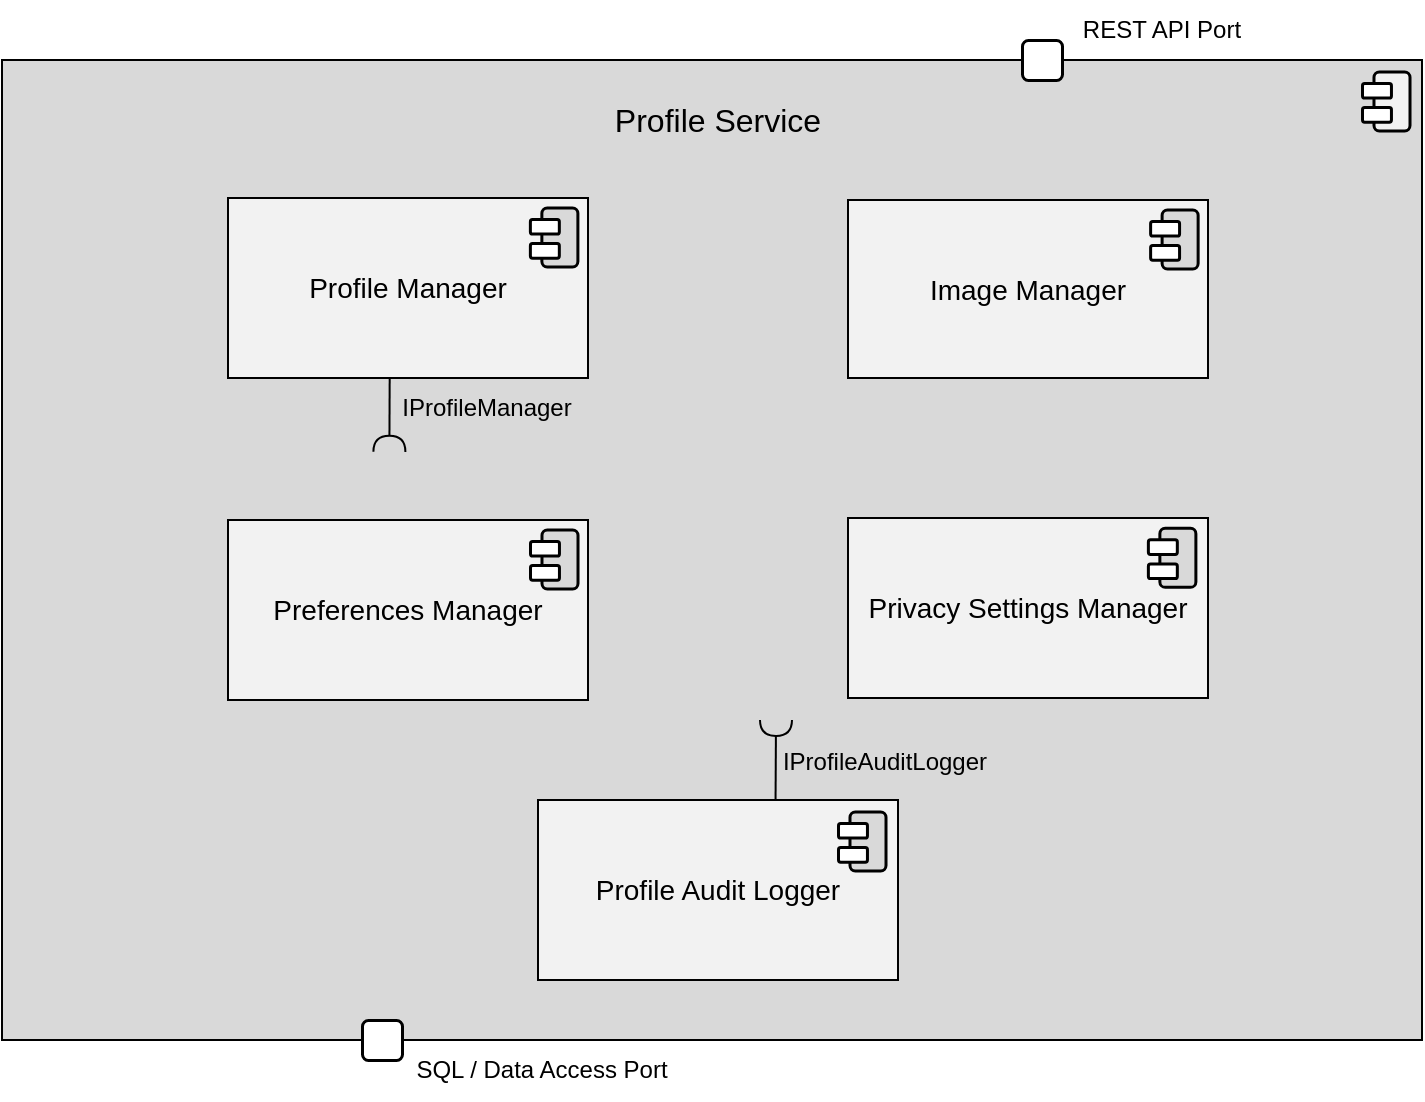
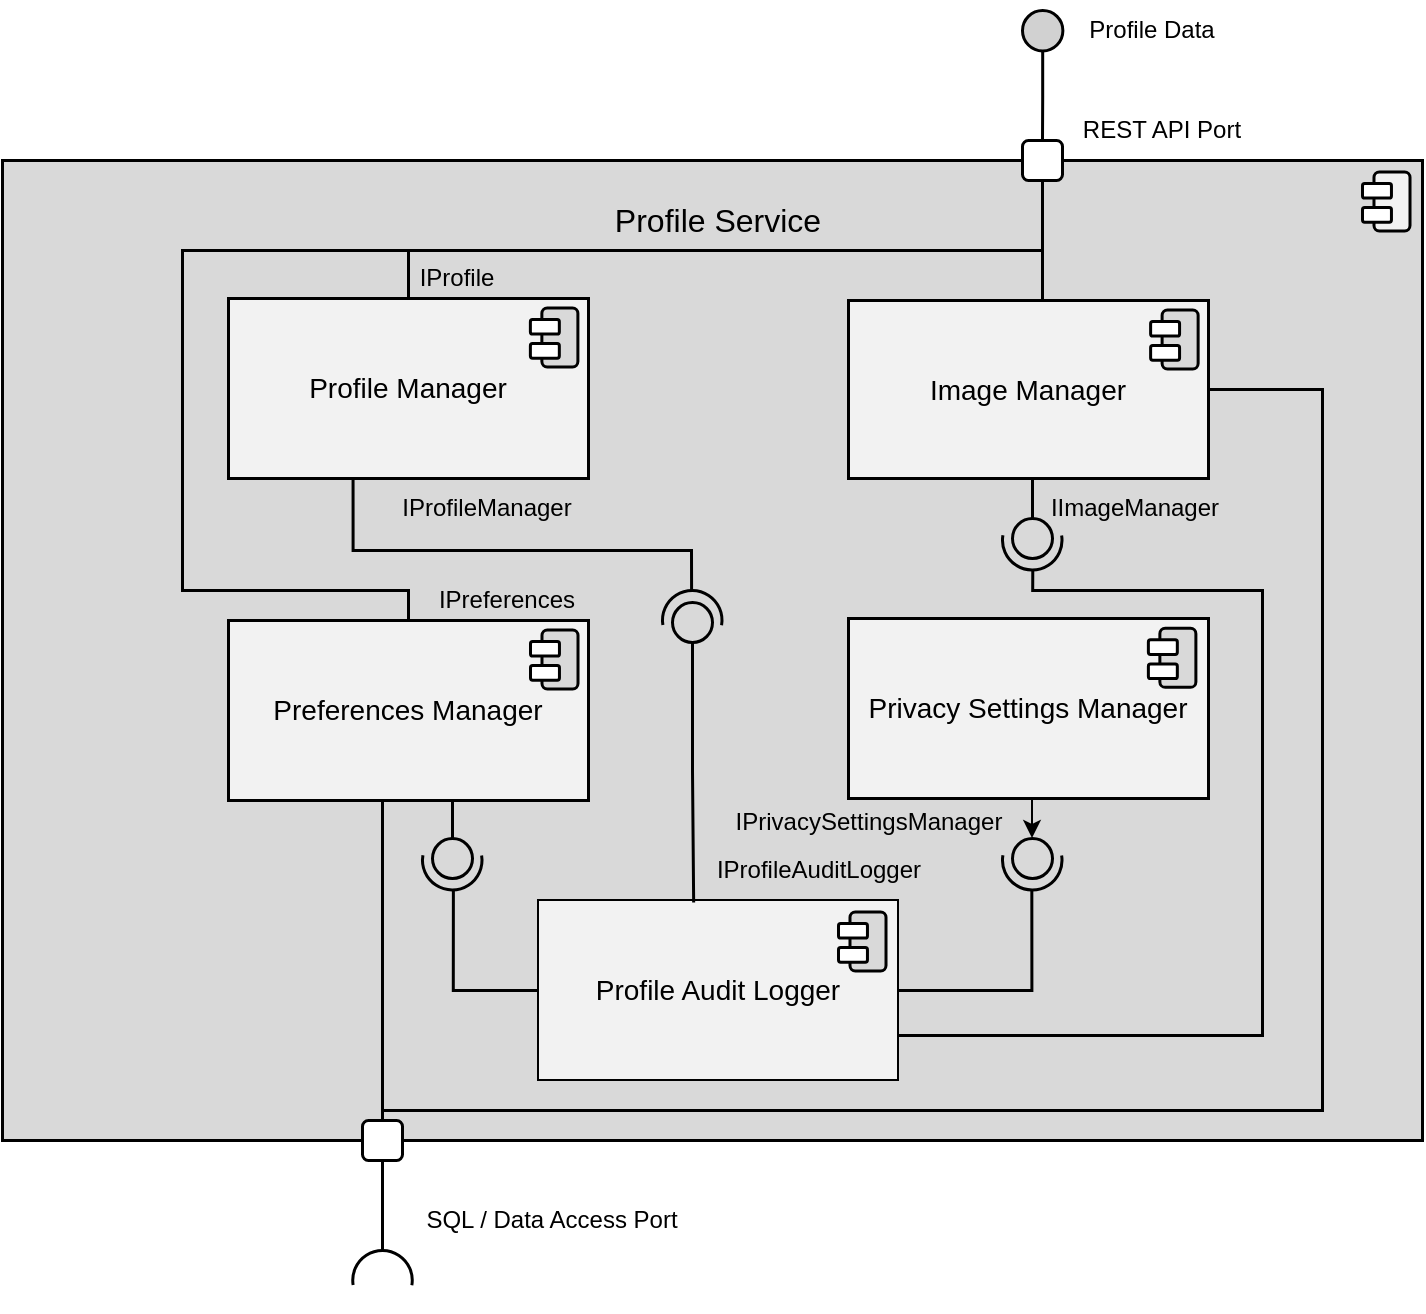
<mxfile host="app.diagrams.net">
  <diagram name="Page-1" id="Py3juHFD58z0cr8qg1av">
-     <mxGraphModel dx="927" dy="850" grid="1" gridSize="10" guides="1" tooltips="1" connect="1" arrows="1" fold="1" page="1" pageScale="1" pageWidth="850" pageHeight="1100" background="#ffffff" math="0" shadow="0">
+     <mxGraphModel dx="1178" dy="666" grid="1" gridSize="10" guides="1" tooltips="1" connect="1" arrows="1" fold="1" page="1" pageScale="1" pageWidth="850" pageHeight="1100" background="#ffffff" math="0" shadow="0">
      <root>
        <mxCell id="0" />
        <mxCell id="1" parent="0" />
-         <mxCell id="z4I_hjOBN-ivAa0aqsfb-10" parent="1" style="html=1;dropTarget=0;whiteSpace=wrap;fillColor=#D9D9D9;" value="" vertex="1">
+         <mxCell id="z4I_hjOBN-ivAa0aqsfb-10" parent="1" style="html=1;dropTarget=0;whiteSpace=wrap;fillColor=#D9D9D9;strokeWidth=1.5;fontFamily=Arial;" value="" vertex="1">
          <mxGeometry height="490" width="710" x="70" y="305" as="geometry" />
        </mxCell>
        <mxCell id="tTuNCI0Hu_eXMR3PhzNZ-4" parent="1" style="ellipse;whiteSpace=wrap;html=1;align=center;aspect=fixed;fillColor=none;strokeColor=none;resizable=0;perimeter=centerPerimeter;rotatable=0;allowArrows=0;points=[];outlineConnect=1;" value="" vertex="1">
          <mxGeometry height="10" width="10" x="435" y="485" as="geometry" />
        </mxCell>
        <mxCell id="AhYmS4d0D3Z7Zr6uvmVJ-4" parent="1" style="text;html=1;whiteSpace=wrap;strokeColor=none;fillColor=none;align=center;verticalAlign=middle;rounded=0;fontSize=16;fontFamily=Arial;" value="&lt;font&gt;Profile Service&lt;/font&gt;" vertex="1">
          <mxGeometry height="40" width="130" x="363" y="315" as="geometry" />
        </mxCell>
-         <mxCell id="z4I_hjOBN-ivAa0aqsfb-2" parent="1" style="html=1;dropTarget=0;whiteSpace=wrap;fillColor=#F2F2F2;fontFamily=Arial;" value="&lt;font&gt;&lt;span style=&quot;font-size: 14px;&quot;&gt;Profile Manager&lt;/span&gt;&lt;/font&gt;" vertex="1">
+         <mxCell id="4whacfZgfCRVhEhSkHpV-11" edge="1" parent="1" source="z4I_hjOBN-ivAa0aqsfb-2" style="edgeStyle=orthogonalEdgeStyle;rounded=0;orthogonalLoop=1;jettySize=auto;html=1;entryX=0.5;entryY=1;entryDx=0;entryDy=0;endArrow=none;endFill=0;strokeWidth=1.5;" target="Wh2qHEt9_GKPc0jqY9mb-27">
+           <mxGeometry relative="1" as="geometry">
+             <Array as="points">
+               <mxPoint x="273" y="350" />
+               <mxPoint x="590" y="350" />
+             </Array>
+           </mxGeometry>
+         </mxCell>
+         <mxCell id="z4I_hjOBN-ivAa0aqsfb-2" parent="1" style="html=1;dropTarget=0;whiteSpace=wrap;fillColor=#F2F2F2;fontFamily=Arial;strokeWidth=1.5;fontSize=14;" value="&lt;font&gt;&lt;span&gt;Profile Manager&lt;/span&gt;&lt;/font&gt;" vertex="1">
          <mxGeometry height="90" width="180" x="183" y="374" as="geometry" />
        </mxCell>
-         <mxCell id="z4I_hjOBN-ivAa0aqsfb-4" parent="1" style="html=1;dropTarget=0;whiteSpace=wrap;fillColor=#F2F2F2;fontFamily=Arial;" value="&lt;div&gt;&lt;font&gt;&lt;span style=&quot;font-size: 14px;&quot;&gt;Preferences Manager&lt;/span&gt;&lt;/font&gt;&lt;/div&gt;" vertex="1">
+         <mxCell id="4whacfZgfCRVhEhSkHpV-18" edge="1" parent="1" source="z4I_hjOBN-ivAa0aqsfb-4" style="edgeStyle=orthogonalEdgeStyle;rounded=0;orthogonalLoop=1;jettySize=auto;html=1;exitX=0.5;exitY=0;exitDx=0;exitDy=0;entryX=0.5;entryY=1;entryDx=0;entryDy=0;endArrow=none;endFill=0;strokeWidth=1.5;" target="Wh2qHEt9_GKPc0jqY9mb-27">
+           <mxGeometry relative="1" as="geometry">
+             <Array as="points">
+               <mxPoint x="273" y="520" />
+               <mxPoint x="160" y="520" />
+               <mxPoint x="160" y="350" />
+               <mxPoint x="590" y="350" />
+             </Array>
+           </mxGeometry>
+         </mxCell>
+         <mxCell id="4whacfZgfCRVhEhSkHpV-21" edge="1" parent="1" source="z4I_hjOBN-ivAa0aqsfb-4" style="edgeStyle=orthogonalEdgeStyle;rounded=0;orthogonalLoop=1;jettySize=auto;html=1;entryX=0.5;entryY=0;entryDx=0;entryDy=0;endArrow=none;endFill=0;strokeWidth=1.5;" target="Wh2qHEt9_GKPc0jqY9mb-29">
+           <mxGeometry relative="1" as="geometry">
+             <Array as="points">
+               <mxPoint x="260" y="670" />
+               <mxPoint x="260" y="670" />
+             </Array>
+           </mxGeometry>
+         </mxCell>
+         <mxCell id="4whacfZgfCRVhEhSkHpV-38" edge="1" parent="1" source="z4I_hjOBN-ivAa0aqsfb-4" style="edgeStyle=orthogonalEdgeStyle;rounded=0;orthogonalLoop=1;jettySize=auto;html=1;exitX=0.75;exitY=1;exitDx=0;exitDy=0;entryX=0.5;entryY=0;entryDx=0;entryDy=0;strokeWidth=1.5;endArrow=none;endFill=0;" target="4whacfZgfCRVhEhSkHpV-27">
+           <mxGeometry relative="1" as="geometry" />
+         </mxCell>
+         <mxCell id="z4I_hjOBN-ivAa0aqsfb-4" parent="1" style="html=1;dropTarget=0;whiteSpace=wrap;fillColor=#F2F2F2;fontFamily=Arial;strokeWidth=1.5;fontSize=14;" value="&lt;div&gt;&lt;font&gt;&lt;span&gt;Preferences Manager&lt;/span&gt;&lt;/font&gt;&lt;/div&gt;" vertex="1">
          <mxGeometry height="90" width="180" x="183" y="535" as="geometry" />
        </mxCell>
-         <mxCell id="z4I_hjOBN-ivAa0aqsfb-6" parent="1" style="html=1;dropTarget=0;whiteSpace=wrap;fillColor=#F2F2F2;fontFamily=Arial;" value="&lt;font&gt;&lt;span style=&quot;font-size: 14px;&quot;&gt;Privacy Settings Manager&lt;/span&gt;&lt;/font&gt;" vertex="1">
+         <mxCell id="4whacfZgfCRVhEhSkHpV-37" edge="1" parent="1" source="z4I_hjOBN-ivAa0aqsfb-6" style="edgeStyle=orthogonalEdgeStyle;rounded=0;orthogonalLoop=1;jettySize=auto;html=1;exitX=0.5;exitY=1;exitDx=0;exitDy=0;entryX=0.5;entryY=0;entryDx=0;entryDy=0;" target="4whacfZgfCRVhEhSkHpV-30">
+           <mxGeometry relative="1" as="geometry" />
+         </mxCell>
+         <mxCell id="z4I_hjOBN-ivAa0aqsfb-6" parent="1" style="html=1;dropTarget=0;whiteSpace=wrap;fillColor=#F2F2F2;fontFamily=Arial;strokeWidth=1.5;fontSize=14;" value="&lt;font&gt;&lt;span&gt;Privacy Settings Manager&lt;/span&gt;&lt;/font&gt;" vertex="1">
          <mxGeometry height="90" width="180" x="493" y="534" as="geometry" />
        </mxCell>
-         <mxCell id="z4I_hjOBN-ivAa0aqsfb-8" parent="1" style="html=1;dropTarget=0;whiteSpace=wrap;fillColor=#F2F2F2;fontFamily=Arial;" value="&lt;font style=&quot;font-size: 14px;&quot;&gt;Image Manager&lt;/font&gt;" vertex="1">
+         <mxCell id="4whacfZgfCRVhEhSkHpV-17" edge="1" parent="1" source="z4I_hjOBN-ivAa0aqsfb-8" style="edgeStyle=orthogonalEdgeStyle;rounded=0;orthogonalLoop=1;jettySize=auto;html=1;exitX=0.5;exitY=0;exitDx=0;exitDy=0;entryX=0.5;entryY=1;entryDx=0;entryDy=0;endArrow=none;endFill=0;strokeWidth=1.5;" target="Wh2qHEt9_GKPc0jqY9mb-27">
+           <mxGeometry relative="1" as="geometry">
+             <Array as="points">
+               <mxPoint x="590" y="375" />
+             </Array>
+           </mxGeometry>
+         </mxCell>
+         <mxCell id="4whacfZgfCRVhEhSkHpV-20" edge="1" parent="1" source="z4I_hjOBN-ivAa0aqsfb-8" style="edgeStyle=orthogonalEdgeStyle;rounded=0;orthogonalLoop=1;jettySize=auto;html=1;entryX=0.5;entryY=0;entryDx=0;entryDy=0;endArrow=none;endFill=0;strokeWidth=1.5;" target="Wh2qHEt9_GKPc0jqY9mb-29">
+           <mxGeometry relative="1" as="geometry">
+             <Array as="points">
+               <mxPoint x="730" y="420" />
+               <mxPoint x="730" y="780" />
+               <mxPoint x="260" y="780" />
+             </Array>
+           </mxGeometry>
+         </mxCell>
+         <mxCell id="4whacfZgfCRVhEhSkHpV-36" edge="1" parent="1" source="z4I_hjOBN-ivAa0aqsfb-8" style="edgeStyle=orthogonalEdgeStyle;rounded=0;orthogonalLoop=1;jettySize=auto;html=1;exitX=0.5;exitY=1;exitDx=0;exitDy=0;entryX=0.5;entryY=0;entryDx=0;entryDy=0;strokeWidth=1.5;endArrow=none;endFill=0;" target="4whacfZgfCRVhEhSkHpV-24">
+           <mxGeometry relative="1" as="geometry" />
+         </mxCell>
+         <mxCell id="z4I_hjOBN-ivAa0aqsfb-8" parent="1" style="html=1;dropTarget=0;whiteSpace=wrap;fillColor=#F2F2F2;fontFamily=Arial;strokeWidth=1.5;fontSize=14;" value="&lt;font&gt;Image Manager&lt;/font&gt;" vertex="1">
          <mxGeometry height="89" width="180" x="493" y="375" as="geometry" />
        </mxCell>
-         <mxCell id="FxNRL7uggNpci9tqDA-o-2" parent="1" style="html=1;dropTarget=0;whiteSpace=wrap;fillColor=#F2F2F2;fontFamily=Arial;" value="&lt;font&gt;&lt;span style=&quot;font-size: 14px;&quot;&gt;Profile Audit Logger&lt;/span&gt;&lt;/font&gt;" vertex="1">
+         <mxCell id="FxNRL7uggNpci9tqDA-o-2" parent="1" style="html=1;dropTarget=0;whiteSpace=wrap;fillColor=#F2F2F2;fontFamily=Arial;fontSize=14;" value="&lt;font&gt;&lt;span&gt;Profile Audit Logger&lt;/span&gt;&lt;/font&gt;" vertex="1">
          <mxGeometry height="90" width="180" x="338" y="675" as="geometry" />
        </mxCell>
        <mxCell id="FxNRL7uggNpci9tqDA-o-7" parent="1" style="ellipse;whiteSpace=wrap;html=1;align=center;aspect=fixed;fillColor=none;strokeColor=none;resizable=0;perimeter=centerPerimeter;rotatable=0;allowArrows=0;points=[];outlineConnect=1;" value="" vertex="1">
          <mxGeometry height="10" width="10" x="401" y="624" as="geometry" />
        </mxCell>
        <mxCell id="FxNRL7uggNpci9tqDA-o-18" parent="1" style="ellipse;whiteSpace=wrap;html=1;align=center;aspect=fixed;fillColor=none;strokeColor=none;resizable=0;perimeter=centerPerimeter;rotatable=0;allowArrows=0;points=[];outlineConnect=1;" value="" vertex="1">
          <mxGeometry height="10" width="10" x="405" y="651" as="geometry" />
        </mxCell>
        <mxCell id="FxNRL7uggNpci9tqDA-o-20" parent="1" style="ellipse;whiteSpace=wrap;html=1;align=center;aspect=fixed;fillColor=none;strokeColor=none;resizable=0;perimeter=centerPerimeter;rotatable=0;allowArrows=0;points=[];outlineConnect=1;" value="" vertex="1">
          <mxGeometry height="10" width="10" x="385" y="615" as="geometry" />
        </mxCell>
        <mxCell id="FxNRL7uggNpci9tqDA-o-25" parent="1" style="ellipse;whiteSpace=wrap;html=1;align=center;aspect=fixed;fillColor=none;strokeColor=none;resizable=0;perimeter=centerPerimeter;rotatable=0;allowArrows=0;points=[];outlineConnect=1;" value="" vertex="1">
          <mxGeometry height="10" width="10" x="385" y="515" as="geometry" />
        </mxCell>
-         <mxCell id="FxNRL7uggNpci9tqDA-o-27" edge="1" parent="1" style="rounded=0;orthogonalLoop=1;jettySize=auto;html=1;endArrow=halfCircle;endFill=0;endSize=6;strokeWidth=1;sketch=0;fontSize=12;curved=1;exitX=0.438;exitY=1.042;exitDx=0;exitDy=0;exitPerimeter=0;entryX=0.27;entryY=0.408;entryDx=0;entryDy=0;entryPerimeter=0;" value="">
-           <mxGeometry relative="1" as="geometry">
-             <mxPoint x="263.8399999999999" y="463.78" as="sourcePoint" />
-             <mxPoint x="263.70000000000005" y="500.91999999999996" as="targetPoint" />
-           </mxGeometry>
-         </mxCell>
        <mxCell id="FxNRL7uggNpci9tqDA-o-28" parent="1" style="ellipse;whiteSpace=wrap;html=1;align=center;aspect=fixed;fillColor=none;strokeColor=none;resizable=0;perimeter=centerPerimeter;rotatable=0;allowArrows=0;points=[];outlineConnect=1;" value="" vertex="1">
          <mxGeometry height="10" width="10" x="425" y="555" as="geometry" />
        </mxCell>
-         <mxCell id="FxNRL7uggNpci9tqDA-o-29" edge="1" parent="1" style="rounded=0;orthogonalLoop=1;jettySize=auto;html=1;endArrow=halfCircle;endFill=0;endSize=6;strokeWidth=1;sketch=0;fontSize=12;curved=1;exitX=0.621;exitY=0;exitDx=0;exitDy=0;exitPerimeter=0;" value="">
-           <mxGeometry relative="1" as="geometry">
-             <mxPoint x="456.78" y="675" as="sourcePoint" />
-             <mxPoint x="457" y="635" as="targetPoint" />
-           </mxGeometry>
-         </mxCell>
        <mxCell id="FxNRL7uggNpci9tqDA-o-30" parent="1" style="ellipse;whiteSpace=wrap;html=1;align=center;aspect=fixed;fillColor=none;strokeColor=none;resizable=0;perimeter=centerPerimeter;rotatable=0;allowArrows=0;points=[];outlineConnect=1;" value="" vertex="1">
          <mxGeometry height="10" width="10" x="435" y="555" as="geometry" />
        </mxCell>
        <mxCell id="FxNRL7uggNpci9tqDA-o-32" parent="1" style="text;html=1;whiteSpace=wrap;strokeColor=none;fillColor=none;align=center;verticalAlign=middle;rounded=0;fontFamily=Arial;" value="&lt;font&gt;IProfileManager&lt;/font&gt;" vertex="1">
          <mxGeometry height="30" width="95" x="265" y="464" as="geometry" />
        </mxCell>
        <mxCell id="FxNRL7uggNpci9tqDA-o-34" parent="1" style="text;html=1;whiteSpace=wrap;strokeColor=none;fillColor=none;align=center;verticalAlign=middle;rounded=0;fontFamily=Arial;" value="&lt;font&gt;IProfileAuditLogger&lt;/font&gt;" vertex="1">
-           <mxGeometry height="30" width="107" x="458" y="641" as="geometry" />
+           <mxGeometry height="30" width="107" x="425" y="645" as="geometry" />
        </mxCell>
        <mxCell id="Wh2qHEt9_GKPc0jqY9mb-1" connectable="0" parent="1" style="group;rounded=1;fontFamily=Arial;" value="" vertex="1">
          <mxGeometry height="29.81" width="25.06" x="333.94" y="379" as="geometry" />
        </mxCell>
        <mxCell id="Wh2qHEt9_GKPc0jqY9mb-2" parent="Wh2qHEt9_GKPc0jqY9mb-1" style="rounded=1;whiteSpace=wrap;html=1;rotation=-90;strokeWidth=1.5;fillStyle=solid;fillColor=light-dark(#D9D9D9,#FFFFFF);fontFamily=Arial;" value="" vertex="1">
          <mxGeometry height="18.01036073619632" width="29.492996389891648" x="0.004083754512631321" y="5.47981963190188" as="geometry" />
        </mxCell>
        <mxCell id="Wh2qHEt9_GKPc0jqY9mb-3" parent="Wh2qHEt9_GKPc0jqY9mb-1" style="rounded=1;whiteSpace=wrap;html=1;strokeWidth=1.5;fillStyle=solid;fillColor=#FFFFFF;fontFamily=Arial;" value="" vertex="1">
          <mxGeometry height="7.315337423312883" width="14.475090252707556" y="5.4828453987730095" as="geometry" />
        </mxCell>
        <mxCell id="Wh2qHEt9_GKPc0jqY9mb-4" parent="Wh2qHEt9_GKPc0jqY9mb-1" style="rounded=1;whiteSpace=wrap;html=1;strokeWidth=1.5;fillStyle=solid;fillColor=#FFFFFF;fontFamily=Arial;" value="" vertex="1">
          <mxGeometry height="7.315337423312883" width="14.475090252707556" y="17.553152147239267" as="geometry" />
        </mxCell>
        <mxCell id="Wh2qHEt9_GKPc0jqY9mb-6" connectable="0" parent="1" style="group;rounded=1;fontFamily=Arial;" value="" vertex="1">
          <mxGeometry height="29.81" width="25.06" x="334" y="540" as="geometry" />
        </mxCell>
        <mxCell id="Wh2qHEt9_GKPc0jqY9mb-7" parent="Wh2qHEt9_GKPc0jqY9mb-6" style="rounded=1;whiteSpace=wrap;html=1;rotation=-90;strokeWidth=1.5;fillStyle=solid;fillColor=light-dark(#D9D9D9,#FFFFFF);fontFamily=Arial;" value="" vertex="1">
          <mxGeometry height="18.01036073619632" width="29.492996389891648" x="0.004083754512631321" y="5.47981963190188" as="geometry" />
        </mxCell>
        <mxCell id="Wh2qHEt9_GKPc0jqY9mb-8" parent="Wh2qHEt9_GKPc0jqY9mb-6" style="rounded=1;whiteSpace=wrap;html=1;strokeWidth=1.5;fillStyle=solid;fillColor=#FFFFFF;fontFamily=Arial;" value="" vertex="1">
          <mxGeometry height="7.315337423312883" width="14.475090252707556" y="5.4828453987730095" as="geometry" />
        </mxCell>
        <mxCell id="Wh2qHEt9_GKPc0jqY9mb-9" parent="Wh2qHEt9_GKPc0jqY9mb-6" style="rounded=1;whiteSpace=wrap;html=1;strokeWidth=1.5;fillStyle=solid;fillColor=#FFFFFF;fontFamily=Arial;" value="" vertex="1">
          <mxGeometry height="7.315337423312883" width="14.475090252707556" y="17.553152147239267" as="geometry" />
        </mxCell>
        <mxCell id="Wh2qHEt9_GKPc0jqY9mb-10" connectable="0" parent="1" style="group;rounded=1;fontFamily=Arial;" value="" vertex="1">
          <mxGeometry height="29.81" width="25.06" x="644.06" y="380" as="geometry" />
        </mxCell>
        <mxCell id="Wh2qHEt9_GKPc0jqY9mb-11" parent="Wh2qHEt9_GKPc0jqY9mb-10" style="rounded=1;whiteSpace=wrap;html=1;rotation=-90;strokeWidth=1.5;fillStyle=solid;fillColor=light-dark(#D9D9D9,#FFFFFF);fontFamily=Arial;" value="" vertex="1">
          <mxGeometry height="18.01036073619632" width="29.492996389891648" x="0.004083754512631321" y="5.47981963190188" as="geometry" />
        </mxCell>
        <mxCell id="Wh2qHEt9_GKPc0jqY9mb-12" parent="Wh2qHEt9_GKPc0jqY9mb-10" style="rounded=1;whiteSpace=wrap;html=1;strokeWidth=1.5;fillStyle=solid;fillColor=#FFFFFF;fontFamily=Arial;" value="" vertex="1">
          <mxGeometry height="7.315337423312883" width="14.475090252707556" y="5.4828453987730095" as="geometry" />
        </mxCell>
        <mxCell id="Wh2qHEt9_GKPc0jqY9mb-13" parent="Wh2qHEt9_GKPc0jqY9mb-10" style="rounded=1;whiteSpace=wrap;html=1;strokeWidth=1.5;fillStyle=solid;fillColor=#FFFFFF;fontFamily=Arial;" value="" vertex="1">
          <mxGeometry height="7.315337423312883" width="14.475090252707556" y="17.553152147239267" as="geometry" />
        </mxCell>
        <mxCell id="Wh2qHEt9_GKPc0jqY9mb-14" connectable="0" parent="1" style="group;rounded=1;fontFamily=Arial;" value="" vertex="1">
          <mxGeometry height="29.81" width="25.06" x="642.9399999999999" y="539.19" as="geometry" />
        </mxCell>
        <mxCell id="Wh2qHEt9_GKPc0jqY9mb-15" parent="Wh2qHEt9_GKPc0jqY9mb-14" style="rounded=1;whiteSpace=wrap;html=1;rotation=-90;strokeWidth=1.5;fillStyle=solid;fillColor=light-dark(#D9D9D9,#FFFFFF);fontFamily=Arial;" value="" vertex="1">
          <mxGeometry height="18.01036073619632" width="29.492996389891648" x="0.004083754512631321" y="5.47981963190188" as="geometry" />
        </mxCell>
        <mxCell id="Wh2qHEt9_GKPc0jqY9mb-16" parent="Wh2qHEt9_GKPc0jqY9mb-14" style="rounded=1;whiteSpace=wrap;html=1;strokeWidth=1.5;fillStyle=solid;fillColor=#FFFFFF;fontFamily=Arial;" value="" vertex="1">
          <mxGeometry height="7.315337423312883" width="14.475090252707556" y="5.4828453987730095" as="geometry" />
        </mxCell>
        <mxCell id="Wh2qHEt9_GKPc0jqY9mb-17" parent="Wh2qHEt9_GKPc0jqY9mb-14" style="rounded=1;whiteSpace=wrap;html=1;strokeWidth=1.5;fillStyle=solid;fillColor=#FFFFFF;fontFamily=Arial;" value="" vertex="1">
          <mxGeometry height="7.315337423312883" width="14.475090252707556" y="17.553152147239267" as="geometry" />
        </mxCell>
        <mxCell id="Wh2qHEt9_GKPc0jqY9mb-18" connectable="0" parent="1" style="group;rounded=1;fontFamily=Arial;" value="" vertex="1">
          <mxGeometry height="29.81" width="25.06" x="488" y="681" as="geometry" />
        </mxCell>
        <mxCell id="Wh2qHEt9_GKPc0jqY9mb-19" parent="Wh2qHEt9_GKPc0jqY9mb-18" style="rounded=1;whiteSpace=wrap;html=1;rotation=-90;strokeWidth=1.5;fillStyle=solid;fillColor=light-dark(#D9D9D9,#FFFFFF);fontFamily=Arial;" value="" vertex="1">
          <mxGeometry height="18.01036073619632" width="29.492996389891648" x="0.004083754512631321" y="5.47981963190188" as="geometry" />
        </mxCell>
        <mxCell id="Wh2qHEt9_GKPc0jqY9mb-20" parent="Wh2qHEt9_GKPc0jqY9mb-18" style="rounded=1;whiteSpace=wrap;html=1;strokeWidth=1.5;fillStyle=solid;fillColor=#FFFFFF;fontFamily=Arial;" value="" vertex="1">
          <mxGeometry height="7.315337423312883" width="14.475090252707556" y="5.4828453987730095" as="geometry" />
        </mxCell>
        <mxCell id="Wh2qHEt9_GKPc0jqY9mb-21" parent="Wh2qHEt9_GKPc0jqY9mb-18" style="rounded=1;whiteSpace=wrap;html=1;strokeWidth=1.5;fillStyle=solid;fillColor=#FFFFFF;fontFamily=Arial;" value="" vertex="1">
          <mxGeometry height="7.315337423312883" width="14.475090252707556" y="17.553152147239267" as="geometry" />
        </mxCell>
        <mxCell id="Wh2qHEt9_GKPc0jqY9mb-23" connectable="0" parent="1" style="group;rounded=1;fontFamily=Arial;" value="" vertex="1">
          <mxGeometry height="29.81" width="25.06" x="750" y="311" as="geometry" />
        </mxCell>
        <mxCell id="Wh2qHEt9_GKPc0jqY9mb-24" parent="Wh2qHEt9_GKPc0jqY9mb-23" style="rounded=1;whiteSpace=wrap;html=1;rotation=-90;strokeWidth=1.5;fillStyle=solid;fillColor=light-dark(#F2F2F2,#FFFFFF);fontFamily=Arial;" value="" vertex="1">
          <mxGeometry height="18.01036073619632" width="29.492996389891648" x="0.004083754512631321" y="5.47981963190188" as="geometry" />
        </mxCell>
        <mxCell id="Wh2qHEt9_GKPc0jqY9mb-25" parent="Wh2qHEt9_GKPc0jqY9mb-23" style="rounded=1;whiteSpace=wrap;html=1;strokeWidth=1.5;fillStyle=solid;fillColor=#FFFFFF;fontFamily=Arial;" value="" vertex="1">
          <mxGeometry height="7.315337423312883" width="14.475090252707556" y="5.4828453987730095" as="geometry" />
        </mxCell>
        <mxCell id="Wh2qHEt9_GKPc0jqY9mb-26" parent="Wh2qHEt9_GKPc0jqY9mb-23" style="rounded=1;whiteSpace=wrap;html=1;strokeWidth=1.5;fillStyle=solid;fillColor=#FFFFFF;fontFamily=Arial;" value="" vertex="1">
          <mxGeometry height="7.315337423312883" width="14.475090252707556" y="17.553152147239267" as="geometry" />
        </mxCell>
        <mxCell id="Wh2qHEt9_GKPc0jqY9mb-27" parent="1" style="whiteSpace=wrap;html=1;aspect=fixed;strokeWidth=1.5;fillColor=#FFFFFF;rounded=1;fontFamily=Arial;" value="" vertex="1">
          <mxGeometry height="20" width="20" x="580" y="295" as="geometry" />
        </mxCell>
        <mxCell id="Wh2qHEt9_GKPc0jqY9mb-28" parent="1" style="text;html=1;whiteSpace=wrap;strokeColor=none;fillColor=none;align=center;verticalAlign=middle;rounded=0;fontFamily=Arial;fontSize=12;" value="REST API Port" vertex="1">
-           <mxGeometry height="30" width="100" x="600" y="275" as="geometry" />
+           <mxGeometry height="30" width="100" x="600.19" y="275" as="geometry" />
        </mxCell>
        <mxCell id="Wh2qHEt9_GKPc0jqY9mb-29" parent="1" style="whiteSpace=wrap;html=1;aspect=fixed;strokeWidth=1.5;fillColor=#FFFFFF;rounded=1;fontFamily=Arial;" value="" vertex="1">
          <mxGeometry height="20" width="20" x="250" y="785" as="geometry" />
        </mxCell>
        <mxCell id="Wh2qHEt9_GKPc0jqY9mb-30" parent="1" style="text;html=1;whiteSpace=wrap;strokeColor=none;fillColor=none;align=center;verticalAlign=middle;rounded=0;fontFamily=Arial;fontSize=12;" value="SQL / Data Access Port" vertex="1">
-           <mxGeometry height="30" width="140" x="270" y="795" as="geometry" />
+           <mxGeometry height="30" width="140" x="274.88" y="820" as="geometry" />
+         </mxCell>
+         <mxCell id="4whacfZgfCRVhEhSkHpV-2" edge="1" parent="1" source="4whacfZgfCRVhEhSkHpV-1" style="edgeStyle=orthogonalEdgeStyle;rounded=0;orthogonalLoop=1;jettySize=auto;html=1;entryX=0.5;entryY=0;entryDx=0;entryDy=0;endArrow=none;endFill=0;strokeWidth=1.5;" target="Wh2qHEt9_GKPc0jqY9mb-27">
+           <mxGeometry relative="1" as="geometry" />
+         </mxCell>
+         <mxCell id="4whacfZgfCRVhEhSkHpV-1" parent="1" style="ellipse;whiteSpace=wrap;html=1;aspect=fixed;strokeWidth=1.5;fillColor=#D1D1D1;fontFamily=Arial;" value="" vertex="1">
+           <mxGeometry height="20.19" width="20.19" x="580" y="230" as="geometry" />
+         </mxCell>
+         <mxCell id="4whacfZgfCRVhEhSkHpV-4" edge="1" parent="1" source="4whacfZgfCRVhEhSkHpV-3" style="edgeStyle=orthogonalEdgeStyle;rounded=0;orthogonalLoop=1;jettySize=auto;html=1;entryX=0.5;entryY=1;entryDx=0;entryDy=0;endArrow=none;endFill=0;strokeWidth=1.5;" target="Wh2qHEt9_GKPc0jqY9mb-29">
+           <mxGeometry relative="1" as="geometry" />
+         </mxCell>
+         <mxCell id="4whacfZgfCRVhEhSkHpV-3" parent="1" style="verticalLabelPosition=bottom;verticalAlign=top;html=1;shape=mxgraph.basic.arc;startAngle=0.22449849456214957;endAngle=0.7768001258780505;rounded=1;strokeWidth=1.5;snapToPoint=1;fontFamily=Arial;rotation=-180;" value="" vertex="1">
+           <mxGeometry height="29.75" width="29.75" x="245.13" y="850" as="geometry" />
+         </mxCell>
+         <mxCell id="4whacfZgfCRVhEhSkHpV-8" edge="1" parent="1" source="4whacfZgfCRVhEhSkHpV-15" style="edgeStyle=orthogonalEdgeStyle;rounded=0;orthogonalLoop=1;jettySize=auto;html=1;entryX=0.346;entryY=0.991;entryDx=0;entryDy=0;entryPerimeter=0;endArrow=none;endFill=0;exitX=0.511;exitY=0.979;exitDx=0;exitDy=0;exitPerimeter=0;strokeWidth=1.5;" target="z4I_hjOBN-ivAa0aqsfb-2">
+           <mxGeometry relative="1" as="geometry">
+             <Array as="points">
+               <mxPoint x="415" y="500" />
+               <mxPoint x="245" y="500" />
+             </Array>
+             <mxPoint x="244.85718562874263" y="495.2499999999998" as="sourcePoint" />
+           </mxGeometry>
+         </mxCell>
+         <mxCell id="4whacfZgfCRVhEhSkHpV-9" edge="1" parent="1" source="4whacfZgfCRVhEhSkHpV-14" style="edgeStyle=orthogonalEdgeStyle;rounded=0;orthogonalLoop=1;jettySize=auto;html=1;entryX=0.431;entryY=0.011;entryDx=0;entryDy=0;entryPerimeter=0;endArrow=none;endFill=0;exitX=0.5;exitY=0;exitDx=0;exitDy=0;strokeWidth=1.5;" target="FxNRL7uggNpci9tqDA-o-2">
+           <mxGeometry relative="1" as="geometry">
+             <mxPoint x="443.20000000000005" y="643.8799999999999" as="sourcePoint" />
+           </mxGeometry>
+         </mxCell>
+         <mxCell id="4whacfZgfCRVhEhSkHpV-10" parent="1" style="text;html=1;whiteSpace=wrap;strokeColor=none;fillColor=none;align=center;verticalAlign=middle;rounded=0;fontFamily=Arial;fontSize=12;" value="Profile Data" vertex="1">
+           <mxGeometry height="30" width="90" x="600.19" y="225.1" as="geometry" />
+         </mxCell>
+         <mxCell id="4whacfZgfCRVhEhSkHpV-12" parent="1" style="text;html=1;whiteSpace=wrap;strokeColor=none;fillColor=none;align=center;verticalAlign=middle;rounded=0;fontFamily=Arial;" value="IProfile" vertex="1">
+           <mxGeometry height="30" width="44.88" x="274.88" y="349" as="geometry" />
+         </mxCell>
+         <mxCell id="4whacfZgfCRVhEhSkHpV-13" connectable="0" parent="1" style="group;fontFamily=Arial;rotation=-180;" value="" vertex="1">
+           <mxGeometry height="29.75" width="29.75" x="400" y="520" as="geometry" />
+         </mxCell>
+         <mxCell id="4whacfZgfCRVhEhSkHpV-14" parent="4whacfZgfCRVhEhSkHpV-13" style="ellipse;whiteSpace=wrap;html=1;aspect=fixed;strokeWidth=1.5;fillStyle=solid;fillColor=#D9D9D9;rounded=1;fontFamily=Arial;rotation=-180;" value="" vertex="1">
+           <mxGeometry height="20" width="20" x="5" y="6" as="geometry" />
+         </mxCell>
+         <mxCell id="4whacfZgfCRVhEhSkHpV-15" parent="4whacfZgfCRVhEhSkHpV-13" style="verticalLabelPosition=bottom;verticalAlign=top;html=1;shape=mxgraph.basic.arc;startAngle=0.22449849456214957;endAngle=0.7768001258780505;rounded=1;strokeWidth=1.5;snapToPoint=1;fontFamily=Arial;rotation=-180;" value="" vertex="1">
+           <mxGeometry height="29.75" width="29.75" as="geometry" />
+         </mxCell>
+         <mxCell id="4whacfZgfCRVhEhSkHpV-19" parent="1" style="text;html=1;whiteSpace=wrap;strokeColor=none;fillColor=none;align=center;verticalAlign=middle;rounded=0;fontFamily=Arial;" value="IPreferences" vertex="1">
+           <mxGeometry height="30" width="95" x="274.88" y="510" as="geometry" />
+         </mxCell>
+         <mxCell id="4whacfZgfCRVhEhSkHpV-23" connectable="0" parent="1" style="group;fontFamily=Arial;rotation=0;" value="" vertex="1">
+           <mxGeometry height="29.75" width="29.75" x="570" y="480" as="geometry" />
+         </mxCell>
+         <mxCell id="4whacfZgfCRVhEhSkHpV-24" parent="4whacfZgfCRVhEhSkHpV-23" style="ellipse;whiteSpace=wrap;html=1;aspect=fixed;strokeWidth=1.5;fillStyle=solid;fillColor=#D9D9D9;rounded=1;fontFamily=Arial;rotation=0;" value="" vertex="1">
+           <mxGeometry height="20" width="20" x="5" y="4" as="geometry" />
+         </mxCell>
+         <mxCell id="4whacfZgfCRVhEhSkHpV-25" parent="4whacfZgfCRVhEhSkHpV-23" style="verticalLabelPosition=bottom;verticalAlign=top;html=1;shape=mxgraph.basic.arc;startAngle=0.22449849456214957;endAngle=0.7768001258780505;rounded=1;strokeWidth=1.5;snapToPoint=1;fontFamily=Arial;rotation=0;" value="" vertex="1">
+           <mxGeometry height="29.75" width="29.75" as="geometry" />
+         </mxCell>
+         <mxCell id="4whacfZgfCRVhEhSkHpV-26" connectable="0" parent="1" style="group;fontFamily=Arial;rotation=0;" value="" vertex="1">
+           <mxGeometry height="29.75" width="29.75" x="280" y="640" as="geometry" />
+         </mxCell>
+         <mxCell id="4whacfZgfCRVhEhSkHpV-27" parent="4whacfZgfCRVhEhSkHpV-26" style="ellipse;whiteSpace=wrap;html=1;aspect=fixed;strokeWidth=1.5;fillStyle=solid;fillColor=#D9D9D9;rounded=1;fontFamily=Arial;rotation=0;" value="" vertex="1">
+           <mxGeometry height="20" width="20" x="5" y="4" as="geometry" />
+         </mxCell>
+         <mxCell id="4whacfZgfCRVhEhSkHpV-28" parent="4whacfZgfCRVhEhSkHpV-26" style="verticalLabelPosition=bottom;verticalAlign=top;html=1;shape=mxgraph.basic.arc;startAngle=0.22449849456214957;endAngle=0.7768001258780505;rounded=1;strokeWidth=1.5;snapToPoint=1;fontFamily=Arial;rotation=0;" value="" vertex="1">
+           <mxGeometry height="29.75" width="29.75" as="geometry" />
+         </mxCell>
+         <mxCell id="4whacfZgfCRVhEhSkHpV-29" connectable="0" parent="1" style="group;fontFamily=Arial;rotation=0;strokeWidth=1.5;" value="" vertex="1">
+           <mxGeometry height="29.75" width="29.75" x="570" y="640" as="geometry" />
+         </mxCell>
+         <mxCell id="4whacfZgfCRVhEhSkHpV-30" parent="4whacfZgfCRVhEhSkHpV-29" style="ellipse;whiteSpace=wrap;html=1;aspect=fixed;strokeWidth=1.5;fillStyle=solid;fillColor=#D9D9D9;rounded=1;fontFamily=Arial;rotation=0;" value="" vertex="1">
+           <mxGeometry height="20" width="20" x="5" y="4" as="geometry" />
+         </mxCell>
+         <mxCell id="4whacfZgfCRVhEhSkHpV-31" parent="4whacfZgfCRVhEhSkHpV-29" style="verticalLabelPosition=bottom;verticalAlign=top;html=1;shape=mxgraph.basic.arc;startAngle=0.22449849456214957;endAngle=0.7768001258780505;rounded=1;strokeWidth=1.5;snapToPoint=1;fontFamily=Arial;rotation=0;" value="" vertex="1">
+           <mxGeometry height="29.75" width="29.75" as="geometry" />
+         </mxCell>
+         <mxCell id="4whacfZgfCRVhEhSkHpV-33" edge="1" parent="1" source="FxNRL7uggNpci9tqDA-o-2" style="edgeStyle=orthogonalEdgeStyle;rounded=0;orthogonalLoop=1;jettySize=auto;html=1;entryX=0.493;entryY=0.997;entryDx=0;entryDy=0;entryPerimeter=0;strokeWidth=1.5;endArrow=none;endFill=0;" target="4whacfZgfCRVhEhSkHpV-31">
+           <mxGeometry relative="1" as="geometry" />
+         </mxCell>
+         <mxCell id="4whacfZgfCRVhEhSkHpV-34" edge="1" parent="1" source="FxNRL7uggNpci9tqDA-o-2" style="edgeStyle=orthogonalEdgeStyle;rounded=0;orthogonalLoop=1;jettySize=auto;html=1;entryX=0.519;entryY=0.984;entryDx=0;entryDy=0;entryPerimeter=0;strokeWidth=1.5;endArrow=none;endFill=0;" target="4whacfZgfCRVhEhSkHpV-28">
+           <mxGeometry relative="1" as="geometry" />
+         </mxCell>
+         <mxCell id="4whacfZgfCRVhEhSkHpV-35" edge="1" parent="1" source="FxNRL7uggNpci9tqDA-o-2" style="edgeStyle=orthogonalEdgeStyle;rounded=0;orthogonalLoop=1;jettySize=auto;html=1;exitX=1;exitY=0.75;exitDx=0;exitDy=0;entryX=0.509;entryY=0.984;entryDx=0;entryDy=0;entryPerimeter=0;strokeWidth=1.5;endArrow=none;endFill=0;" target="4whacfZgfCRVhEhSkHpV-25">
+           <mxGeometry relative="1" as="geometry">
+             <Array as="points">
+               <mxPoint x="700" y="742" />
+               <mxPoint x="700" y="520" />
+               <mxPoint x="585" y="520" />
+             </Array>
+           </mxGeometry>
+         </mxCell>
+         <mxCell id="4whacfZgfCRVhEhSkHpV-39" parent="1" style="text;html=1;whiteSpace=wrap;strokeColor=none;fillColor=none;align=center;verticalAlign=middle;rounded=0;fontFamily=Arial;" value="IPrivacySettingsManager" vertex="1">
+           <mxGeometry height="30" width="107" x="450" y="621" as="geometry" />
+         </mxCell>
+         <mxCell id="4whacfZgfCRVhEhSkHpV-41" parent="1" style="text;html=1;whiteSpace=wrap;strokeColor=none;fillColor=none;align=center;verticalAlign=middle;rounded=0;fontFamily=Arial;" value="IImageManager" vertex="1">
+           <mxGeometry height="30" width="107" x="583.19" y="464" as="geometry" />
        </mxCell>
      </root>
    </mxGraphModel>
  </diagram>
</mxfile>
